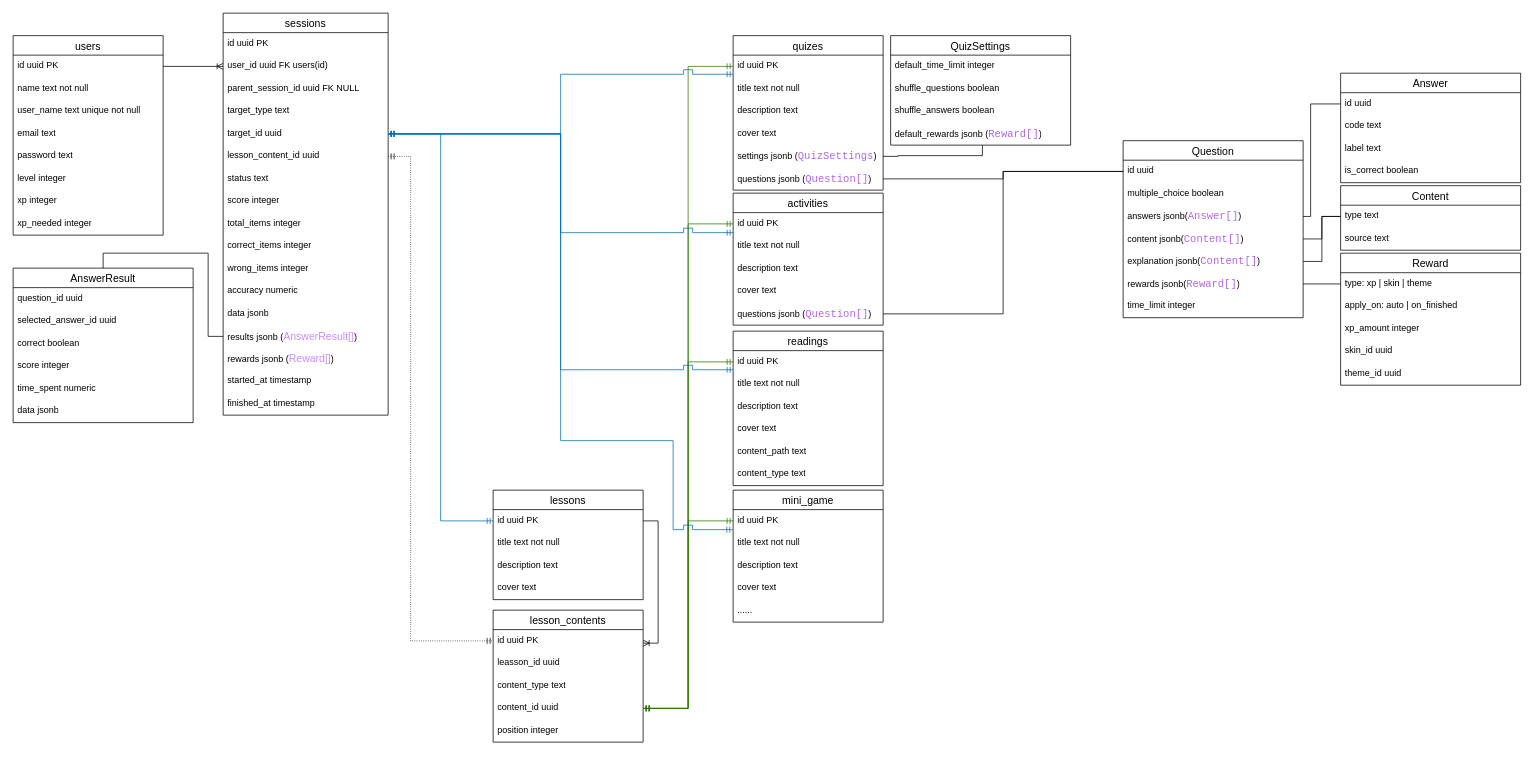
Above: docs/Banco.drawio in CesarGabriel26/NWS (draw.io), before the change. Source tidied: cells renumbered, new cells numbered last; positions are measured from the earlier drawing's top-left corner, leaving out a move shared by most shapes. Both pictures are drawn from the tidied source at 75%, with x=0, y=0 at pixel (13, 13).
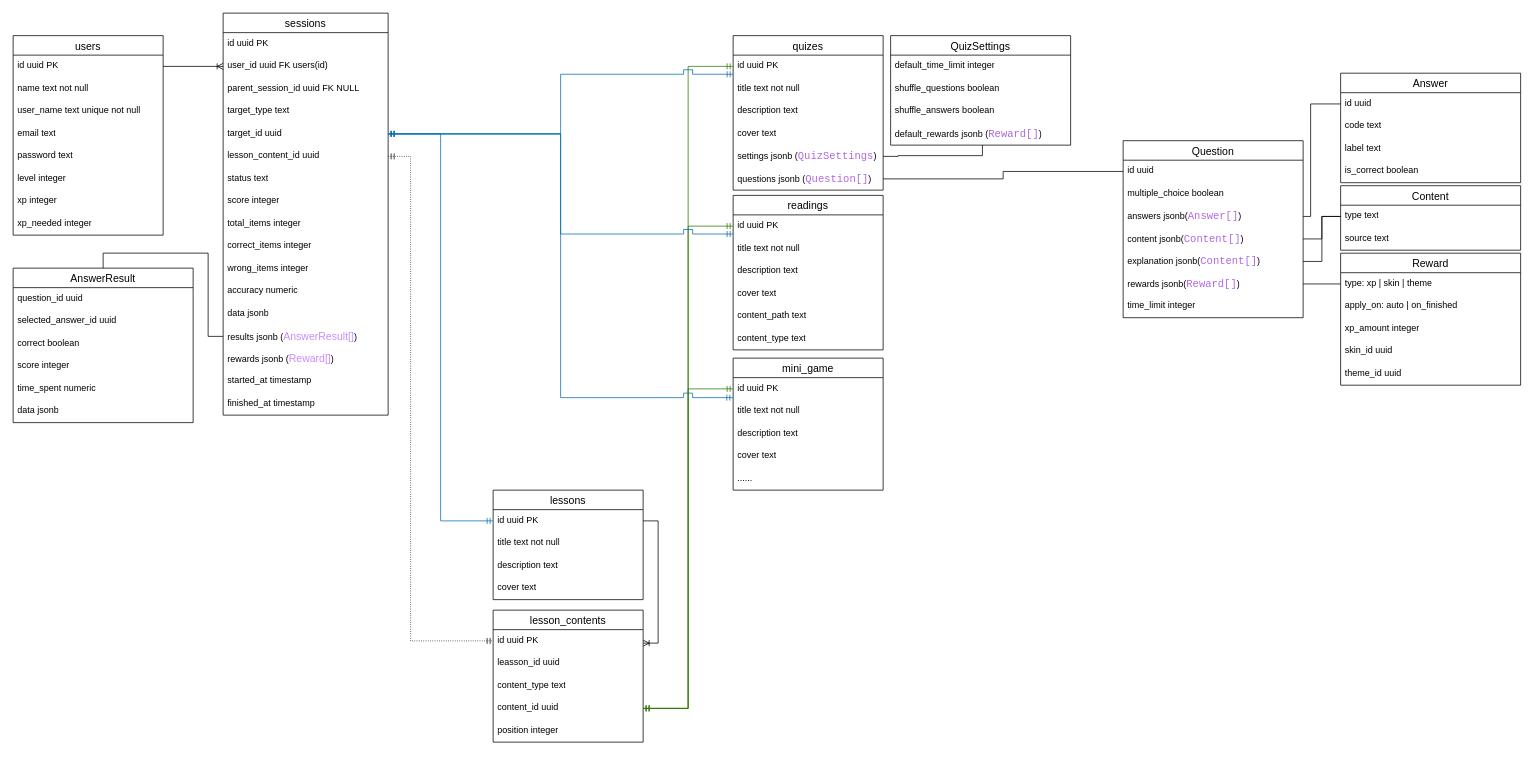
The same page after the edit.

The change refers to these unchanged cells:
```xml
<mxCell id="24" value="id uuid" style="text;strokeColor=none;fillColor=none;spacingLeft=4;spacingRight=4;overflow=hidden;points=[[0,0.5],[1,0.5]];portConstraint=eastwest;fontSize=12;whiteSpace=wrap;html=1;" parent="23" vertex="1">
  <mxGeometry y="26" width="240" height="30" as="geometry" />
</mxCell>
<mxCell id="50" value="target_id uuid" style="text;strokeColor=none;fillColor=none;spacingLeft=4;spacingRight=4;overflow=hidden;points=[[0,0.5],[1,0.5]];portConstraint=eastwest;fontSize=12;whiteSpace=wrap;html=1;" parent="45" vertex="1">
  <mxGeometry y="146" width="220" height="30" as="geometry" />
</mxCell>
<mxCell id="85" value="id uuid PK" style="text;strokeColor=none;fillColor=none;spacingLeft=4;spacingRight=4;overflow=hidden;points=[[0,0.5],[1,0.5]];portConstraint=eastwest;fontSize=12;whiteSpace=wrap;html=1;" parent="84" vertex="1">
  <mxGeometry y="26" width="200" height="30" as="geometry" />
</mxCell>
<mxCell id="106" value="content_id uuid" style="text;strokeColor=none;fillColor=none;spacingLeft=4;spacingRight=4;overflow=hidden;points=[[0,0.5],[1,0.5]];portConstraint=eastwest;fontSize=12;whiteSpace=wrap;html=1;" parent="102" vertex="1">
  <mxGeometry y="116" width="200" height="30" as="geometry" />
</mxCell>
```

The edit, as a diff of the source:
```diff
@@
     <mxCell id="72" value="readings" style="swimlane;fontStyle=0;horizontal=1;startSize=26;align=center;fontSize=14;" parent="1" vertex="1">
-      <mxGeometry x="960" y="424" width="200" height="206" as="geometry" />
+      <mxGeometry x="960" y="243" width="200" height="206" as="geometry" />
     </mxCell>
@@
     <mxCell id="84" value="mini_game" style="swimlane;fontStyle=0;horizontal=1;startSize=26;align=center;fontSize=14;" parent="1" vertex="1">
-      <mxGeometry x="960" y="636" width="200" height="176" as="geometry" />
+      <mxGeometry x="960" y="460" width="200" height="176" as="geometry" />
     </mxCell>
@@
-    <mxCell id="90" value="activities" style="swimlane;fontStyle=0;horizontal=1;startSize=26;align=center;fontSize=14;" parent="1" vertex="1">
-      <mxGeometry x="960" y="240" width="200" height="176" as="geometry" />
-    </mxCell>
-    <mxCell id="91" value="id uuid PK" style="text;strokeColor=none;fillColor=none;spacingLeft=4;spacingRight=4;overflow=hidden;points=[[0,0.5],[1,0.5]];portConstraint=eastwest;fontSize=12;whiteSpace=wrap;html=1;" parent="90" vertex="1">
-      <mxGeometry y="26" width="200" height="30" as="geometry" />
-    </mxCell>
-    <mxCell id="92" value="ti&lt;span style=&quot;background-color: transparent; color: light-dark(rgb(0, 0, 0), rgb(255, 255, 255));&quot;&gt;tle text not null&lt;/span&gt;" style="text;strokeColor=none;fillColor=none;spacingLeft=4;spacingRight=4;overflow=hidden;fontSize=12;whiteSpace=wrap;html=1;" parent="90" vertex="1">
-      <mxGeometry y="56" width="200" height="30" as="geometry" />
-    </mxCell>
-    <mxCell id="93" value="description text" style="text;strokeColor=none;fillColor=none;spacingLeft=4;spacingRight=4;overflow=hidden;fontSize=12;whiteSpace=wrap;html=1;" parent="90" vertex="1">
-      <mxGeometry y="86" width="200" height="30" as="geometry" />
-    </mxCell>
-    <mxCell id="94" value="cover text" style="text;strokeColor=none;fillColor=none;spacingLeft=4;spacingRight=4;overflow=hidden;fontSize=12;whiteSpace=wrap;html=1;" parent="90" vertex="1">
-      <mxGeometry y="116" width="200" height="30" as="geometry" />
-    </mxCell>
-    <mxCell id="95" value="questions jsonb (&lt;span style=&quot;color: rgb(178, 103, 230); font-family: Consolas, &amp;quot;Courier New&amp;quot;, monospace; font-size: 14px; white-space: pre;&quot;&gt;Question[]&lt;/span&gt;&lt;span style=&quot;color: light-dark(rgb(0, 0, 0), rgb(255, 255, 255)); background-color: transparent;&quot;&gt;)&lt;/span&gt;" style="text;strokeColor=none;fillColor=none;spacingLeft=4;spacingRight=4;overflow=hidden;points=[[0,0.5],[1,0.5]];portConstraint=eastwest;fontSize=12;whiteSpace=wrap;html=1;" parent="90" vertex="1">
-      <mxGeometry y="146" width="200" height="30" as="geometry" />
-    </mxCell>
-    <mxCell id="96" style="edgeStyle=orthogonalEdgeStyle;rounded=0;jettySize=auto;html=1;entryX=0;entryY=0.5;entryDx=0;entryDy=0;endArrow=none;endFill=0;" parent="1" edge="1" source="95" target="24">
-      <mxGeometry relative="1" as="geometry" />
-    </mxCell>
@@
-    <mxCell id="111" style="edgeStyle=orthogonalEdgeStyle;rounded=0;jettySize=auto;html=1;entryX=0;entryY=0.5;entryDx=0;entryDy=0;strokeColor=#2D7600;align=center;verticalAlign=middle;fontFamily=Helvetica;fontSize=11;fontColor=default;labelBackgroundColor=default;startArrow=ERmandOne;startFill=0;endArrow=ERmandOne;endFill=0;fillColor=#60a917;jumpStyle=sharp;jumpSize=12;" parent="1" edge="1" source="106" target="91">
-      <mxGeometry relative="1" as="geometry" />
-    </mxCell>
@@
-    <mxCell id="117" style="edgeStyle=orthogonalEdgeStyle;rounded=0;jettySize=auto;html=1;entryX=0;entryY=0.889;entryDx=0;entryDy=0;entryPerimeter=0;strokeColor=#006EAF;align=center;verticalAlign=middle;fontFamily=Helvetica;fontSize=11;fontColor=default;labelBackgroundColor=default;startArrow=ERmandOne;startFill=0;endArrow=ERmandOne;endFill=0;fillColor=#1ba1e2;jumpStyle=sharp;jumpSize=12;" parent="1" edge="1" source="50" target="91">
-      <mxGeometry relative="1" as="geometry" />
-    </mxCell>
@@
     <mxCell id="119" style="edgeStyle=orthogonalEdgeStyle;rounded=0;jettySize=auto;html=1;entryX=-0.002;entryY=0.889;entryDx=0;entryDy=0;entryPerimeter=0;strokeColor=#006EAF;align=center;verticalAlign=middle;fontFamily=Helvetica;fontSize=11;fontColor=default;labelBackgroundColor=default;jumpStyle=sharp;jumpSize=12;startArrow=ERmandOne;startFill=0;endArrow=ERmandOne;endFill=0;fillColor=#1ba1e2;" parent="1" edge="1" source="50" target="85">
       <mxGeometry relative="1" as="geometry">
         <Array as="points">
           <mxPoint x="730" y="161" />
-          <mxPoint x="730" y="570" />
-          <mxPoint x="880" y="570" />
-          <mxPoint x="880" y="688.7" />
+          <mxPoint x="730" y="512.7" />
         </Array>
       </mxGeometry>
     </mxCell>
```
